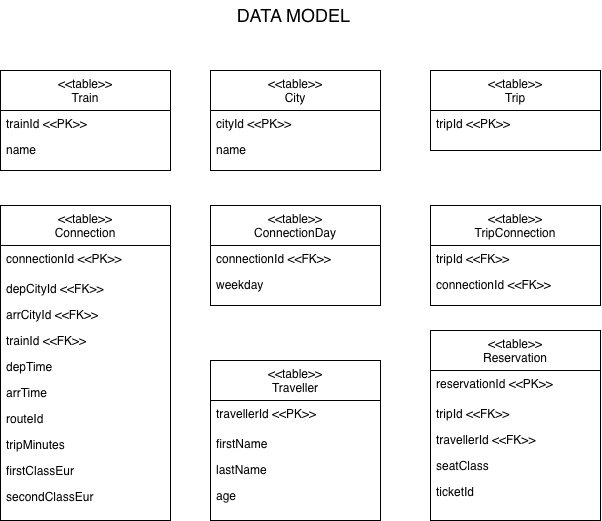
Above: Artifacts/Iteration 3/datamodel-iteration3.png in rwatoun/soen342 (draw.io), before the change. Source tidied: cells renumbered, new cells last; positions are measured from the earlier drawing's top-left corner, leaving out a move shared by most shapes.
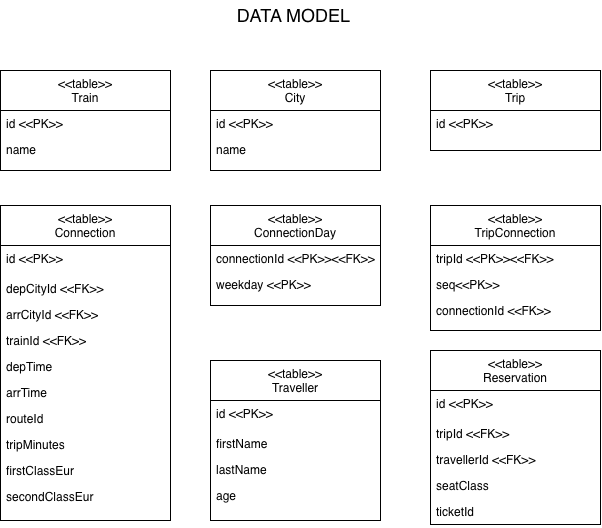
The same diagram one commit later.

Commit message:
modified the data model

The edit, as a diff of the source:
```diff
@@ -5,7 +5,7 @@
     <mxCell id="2" value="&lt;&lt;table&gt;&gt;&#10;City" style="swimlane;fontStyle=0;align=center;verticalAlign=top;horizontal=1;startSize=40;rounded=0;shadow=0;strokeWidth=1;" parent="1" vertex="1">
       <mxGeometry x="210" y="70" width="170" height="100" as="geometry" />
     </mxCell>
-    <mxCell id="3" value="cityId &lt;&lt;PK&gt;&gt;" style="text;align=left;verticalAlign=top;spacingLeft=4;spacingRight=4;overflow=hidden;rounded=0;shadow=0;html=0;" parent="2" vertex="1">
+    <mxCell id="3" value="id &lt;&lt;PK&gt;&gt;" style="text;align=left;verticalAlign=top;spacingLeft=4;spacingRight=4;overflow=hidden;rounded=0;shadow=0;html=0;" parent="2" vertex="1">
       <mxGeometry y="40" width="170" height="26" as="geometry" />
     </mxCell>
     <mxCell id="4" value="name" style="text;align=left;verticalAlign=top;spacingLeft=4;spacingRight=4;overflow=hidden;rounded=0;shadow=0;html=0;" parent="2" vertex="1">
@@ -14,7 +14,7 @@
     <mxCell id="5" value="&lt;&lt;table&gt;&gt;&#10;Train" style="swimlane;fontStyle=0;align=center;verticalAlign=top;horizontal=1;startSize=40;rounded=0;shadow=0;strokeWidth=1;" parent="1" vertex="1">
       <mxGeometry y="70" width="170" height="100" as="geometry" />
     </mxCell>
-    <mxCell id="6" value="trainId &lt;&lt;PK&gt;&gt;" style="text;align=left;verticalAlign=top;spacingLeft=4;spacingRight=4;overflow=hidden;rounded=0;shadow=0;html=0;" parent="5" vertex="1">
+    <mxCell id="6" value="id &lt;&lt;PK&gt;&gt;" style="text;align=left;verticalAlign=top;spacingLeft=4;spacingRight=4;overflow=hidden;rounded=0;shadow=0;html=0;" parent="5" vertex="1">
       <mxGeometry y="40" width="170" height="26" as="geometry" />
     </mxCell>
     <mxCell id="7" value="name" style="text;align=left;verticalAlign=top;spacingLeft=4;spacingRight=4;overflow=hidden;rounded=0;shadow=0;html=0;" parent="5" vertex="1">
@@ -23,7 +23,7 @@
     <mxCell id="8" value="&lt;&lt;table&gt;&gt;&#10;Connection" style="swimlane;fontStyle=0;align=center;verticalAlign=top;horizontal=1;startSize=40;rounded=0;shadow=0;strokeWidth=1;" parent="1" vertex="1">
       <mxGeometry y="205" width="170" height="315" as="geometry" />
     </mxCell>
-    <mxCell id="9" value="connectionId &lt;&lt;PK&gt;&gt;" style="text;align=left;verticalAlign=top;spacingLeft=4;spacingRight=4;overflow=hidden;rounded=0;shadow=0;html=0;" parent="8" vertex="1">
+    <mxCell id="9" value="id &lt;&lt;PK&gt;&gt;" style="text;align=left;verticalAlign=top;spacingLeft=4;spacingRight=4;overflow=hidden;rounded=0;shadow=0;html=0;" parent="8" vertex="1">
       <mxGeometry y="40" width="170" height="30" as="geometry" />
     </mxCell>
     <mxCell id="10" value="depCityId &lt;&lt;FK&gt;&gt;" style="text;align=left;verticalAlign=top;spacingLeft=4;spacingRight=4;overflow=hidden;rounded=0;shadow=0;html=0;" parent="8" vertex="1">
@@ -56,16 +56,16 @@
     <mxCell id="19" value="&lt;&lt;table&gt;&gt;&#10;ConnectionDay" style="swimlane;fontStyle=0;align=center;verticalAlign=top;horizontal=1;startSize=40;rounded=0;shadow=0;strokeWidth=1;" parent="1" vertex="1">
       <mxGeometry x="210" y="205" width="170" height="100" as="geometry" />
     </mxCell>
-    <mxCell id="20" value="connectionId &lt;&lt;FK&gt;&gt;" style="text;align=left;verticalAlign=top;spacingLeft=4;spacingRight=4;overflow=hidden;rounded=0;shadow=0;html=0;" parent="19" vertex="1">
+    <mxCell id="20" value="connectionId &lt;&lt;PK&gt;&gt;&lt;&lt;FK&gt;&gt;" style="text;align=left;verticalAlign=top;spacingLeft=4;spacingRight=4;overflow=hidden;rounded=0;shadow=0;html=0;" parent="19" vertex="1">
       <mxGeometry y="40" width="170" height="26" as="geometry" />
     </mxCell>
-    <mxCell id="21" value="weekday" style="text;align=left;verticalAlign=top;spacingLeft=4;spacingRight=4;overflow=hidden;rounded=0;shadow=0;html=0;" parent="19" vertex="1">
+    <mxCell id="21" value="weekday &lt;&lt;PK&gt;&gt;" style="text;align=left;verticalAlign=top;spacingLeft=4;spacingRight=4;overflow=hidden;rounded=0;shadow=0;html=0;" parent="19" vertex="1">
       <mxGeometry y="66" width="170" height="26" as="geometry" />
     </mxCell>
     <mxCell id="22" value="&lt;&lt;table&gt;&gt;&#10;Traveller" style="swimlane;fontStyle=0;align=center;verticalAlign=top;horizontal=1;startSize=40;rounded=0;shadow=0;strokeWidth=1;" parent="1" vertex="1">
       <mxGeometry x="210" y="360" width="170" height="160" as="geometry" />
     </mxCell>
-    <mxCell id="23" value="travellerId &lt;&lt;PK&gt;&gt;" style="text;align=left;verticalAlign=top;spacingLeft=4;spacingRight=4;overflow=hidden;rounded=0;shadow=0;html=0;" parent="22" vertex="1">
+    <mxCell id="23" value="id &lt;&lt;PK&gt;&gt;" style="text;align=left;verticalAlign=top;spacingLeft=4;spacingRight=4;overflow=hidden;rounded=0;shadow=0;html=0;" parent="22" vertex="1">
       <mxGeometry y="40" width="170" height="30" as="geometry" />
     </mxCell>
     <mxCell id="24" value="firstName" style="text;align=left;verticalAlign=top;spacingLeft=4;spacingRight=4;overflow=hidden;rounded=0;shadow=0;html=0;" parent="22" vertex="1">
@@ -80,22 +80,25 @@
     <mxCell id="27" value="&lt;&lt;table&gt;&gt;&#10;Trip" style="swimlane;fontStyle=0;align=center;verticalAlign=top;horizontal=1;startSize=40;rounded=0;shadow=0;strokeWidth=1;" parent="1" vertex="1">
       <mxGeometry x="430" y="70" width="170" height="80" as="geometry" />
     </mxCell>
-    <mxCell id="28" value="tripId &lt;&lt;PK&gt;&gt;" style="text;align=left;verticalAlign=top;spacingLeft=4;spacingRight=4;overflow=hidden;rounded=0;shadow=0;html=0;" parent="27" vertex="1">
+    <mxCell id="28" value="id &lt;&lt;PK&gt;&gt;" style="text;align=left;verticalAlign=top;spacingLeft=4;spacingRight=4;overflow=hidden;rounded=0;shadow=0;html=0;" parent="27" vertex="1">
       <mxGeometry y="40" width="170" height="26" as="geometry" />
     </mxCell>
     <mxCell id="29" value="&lt;&lt;table&gt;&gt;&#10;TripConnection" style="swimlane;fontStyle=0;align=center;verticalAlign=top;horizontal=1;startSize=40;rounded=0;shadow=0;strokeWidth=1;" parent="1" vertex="1">
-      <mxGeometry x="430" y="205" width="170" height="100" as="geometry" />
+      <mxGeometry x="430" y="205" width="170" height="125" as="geometry" />
     </mxCell>
-    <mxCell id="30" value="tripId &lt;&lt;FK&gt;&gt;" style="text;align=left;verticalAlign=top;spacingLeft=4;spacingRight=4;overflow=hidden;rounded=0;shadow=0;html=0;" parent="29" vertex="1">
+    <mxCell id="30" value="tripId &lt;&lt;PK&gt;&gt;&lt;&lt;FK&gt;&gt;" style="text;align=left;verticalAlign=top;spacingLeft=4;spacingRight=4;overflow=hidden;rounded=0;shadow=0;html=0;" parent="29" vertex="1">
       <mxGeometry y="40" width="170" height="26" as="geometry" />
     </mxCell>
+    <mxCell id="39" value="seq&lt;&lt;PK&gt;&gt;" style="text;align=left;verticalAlign=top;spacingLeft=4;spacingRight=4;overflow=hidden;rounded=0;shadow=0;html=0;" parent="29" vertex="1">
+      <mxGeometry y="66" width="170" height="26" as="geometry" />
+    </mxCell>
     <mxCell id="31" value="connectionId &lt;&lt;FK&gt;&gt;" style="text;align=left;verticalAlign=top;spacingLeft=4;spacingRight=4;overflow=hidden;rounded=0;shadow=0;html=0;" parent="29" vertex="1">
-      <mxGeometry y="66" width="170" height="26" as="geometry" />
+      <mxGeometry y="92" width="170" height="26" as="geometry" />
     </mxCell>
     <mxCell id="32" value="&lt;&lt;table&gt;&gt;&#10;Reservation" style="swimlane;fontStyle=0;align=center;verticalAlign=top;horizontal=1;startSize=40;rounded=0;shadow=0;strokeWidth=1;" parent="1" vertex="1">
-      <mxGeometry x="430" y="330" width="170" height="190" as="geometry" />
+      <mxGeometry x="430" y="350" width="170" height="174" as="geometry" />
     </mxCell>
-    <mxCell id="33" value="reservationId &lt;&lt;PK&gt;&gt;" style="text;align=left;verticalAlign=top;spacingLeft=4;spacingRight=4;overflow=hidden;rounded=0;shadow=0;html=0;" parent="32" vertex="1">
+    <mxCell id="33" value="id &lt;&lt;PK&gt;&gt;" style="text;align=left;verticalAlign=top;spacingLeft=4;spacingRight=4;overflow=hidden;rounded=0;shadow=0;html=0;" parent="32" vertex="1">
       <mxGeometry y="40" width="170" height="30" as="geometry" />
     </mxCell>
     <mxCell id="34" value="tripId &lt;&lt;FK&gt;&gt;" style="text;align=left;verticalAlign=top;spacingLeft=4;spacingRight=4;overflow=hidden;rounded=0;shadow=0;html=0;" parent="32" vertex="1">
```
